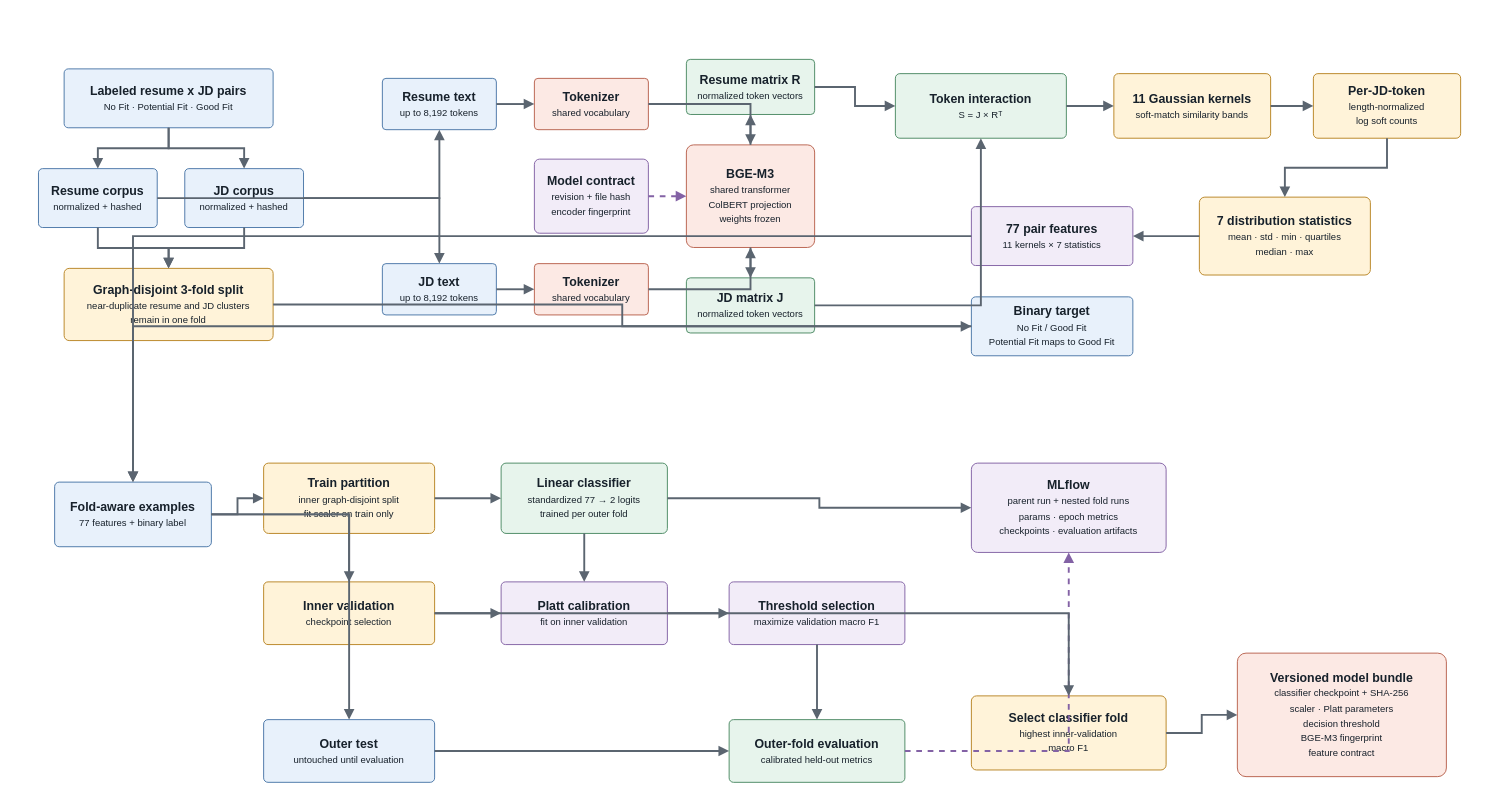
Above: assets/architecture.drawio in splion-360/work-while-you-work (draw.io), before the change. Source tidied: cells renumbered, new cells numbered last; positions are measured from the earlier drawing's top-left corner, leaving out a move shared by most shapes. Both pictures are drawn from the tidied source at 95%, with x=0, y=0 at pixel (16, 16).
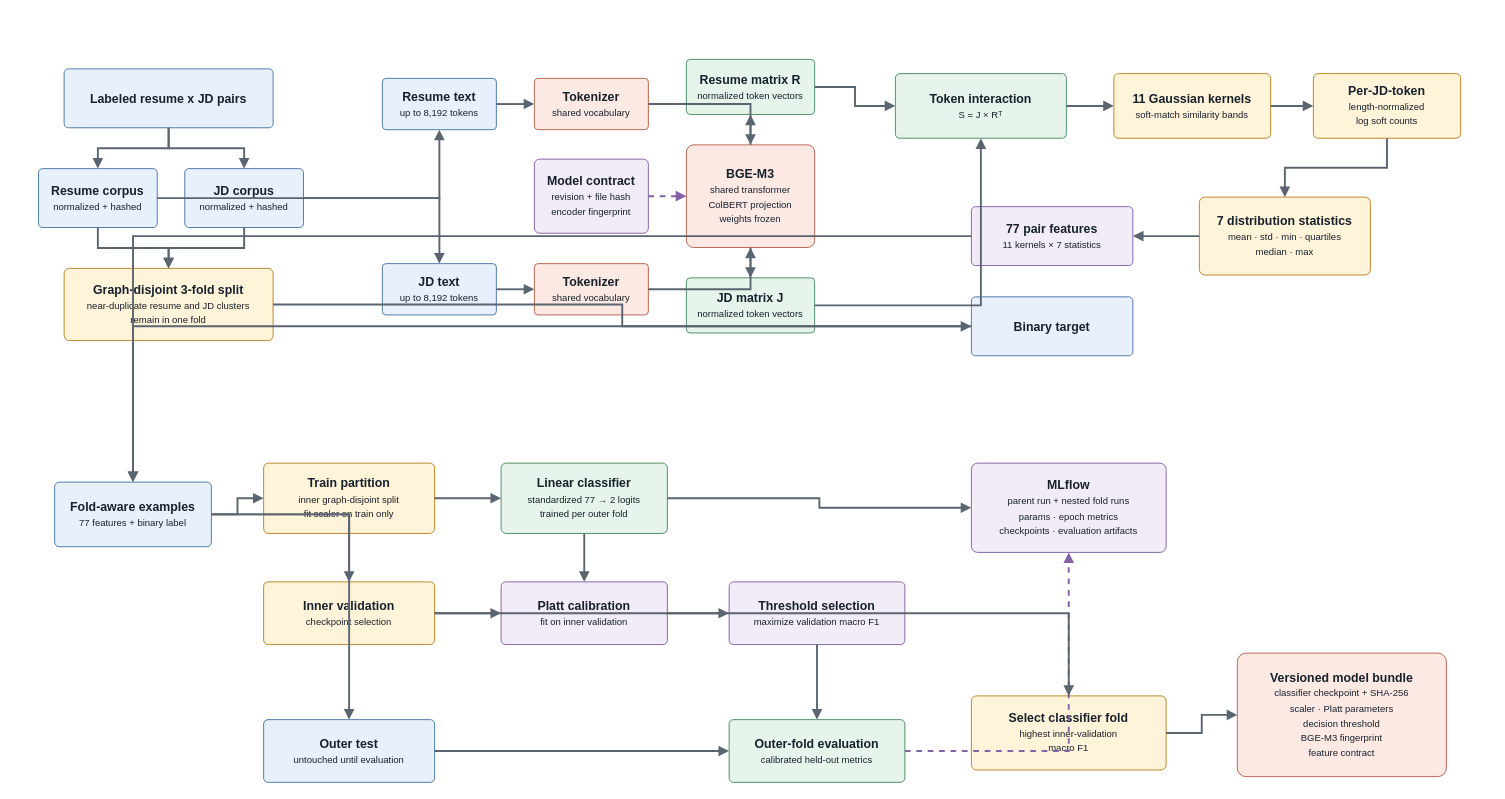
The same page after the edit.

Commit message (it also covers changes not shown here):
remove internal labels from architecture diagram

The change refers to these unchanged cells:
```xml
<mxCell id="2" style="group;" parent="1" vertex="1">
  <mxGeometry width="330" height="390" as="geometry" />
</mxCell>
<mxCell id="16" style="group;" parent="1" vertex="1">
  <mxGeometry x="890" width="660" height="390" as="geometry" />
</mxCell>
```

Change to the diagram source:
```diff
@@
-    <mxCell id="3" value="&lt;b&gt;Labeled resume x JD pairs&lt;/b&gt;&lt;br&gt;&lt;font style=&quot;font-size:10px&quot;&gt;No Fit · Potential Fit · Good Fit&lt;/font&gt;" style="rounded=1;fontFamily=Lexend;whiteSpace=wrap;html=1;arcSize=7;fillColor=#E8F1FB;strokeColor=#4B78A8;fontColor=#17212B;fontSize=13;" parent="2" vertex="1">
+    <mxCell id="3" value="&lt;b&gt;Labeled resume x JD pairs&lt;/b&gt;" style="rounded=1;fontFamily=Lexend;whiteSpace=wrap;html=1;arcSize=7;fillColor=#E8F1FB;strokeColor=#4B78A8;fontColor=#17212B;fontSize=13;" parent="2" vertex="1">
       <mxGeometry x="50" y="55" width="220" height="62" as="geometry" />
     </mxCell>
@@
-    <mxCell id="22" value="&lt;b&gt;Binary target&lt;/b&gt;&lt;br&gt;&lt;font style=&quot;font-size:10px&quot;&gt;No Fit / Good Fit&lt;br&gt;Potential Fit maps to Good Fit&lt;/font&gt;" style="rounded=1;fontFamily=Lexend;whiteSpace=wrap;html=1;arcSize=7;fillColor=#E8F1FB;strokeColor=#4B78A8;fontColor=#17212B;fontSize=13;" parent="16" vertex="1">
+    <mxCell id="22" value="&lt;b&gt;Binary target&lt;/b&gt;" style="rounded=1;fontFamily=Lexend;whiteSpace=wrap;html=1;arcSize=7;fillColor=#E8F1FB;strokeColor=#4B78A8;fontColor=#17212B;fontSize=13;" parent="16" vertex="1">
       <mxGeometry x="115" y="295" width="170" height="62" as="geometry" />
     </mxCell>
```
